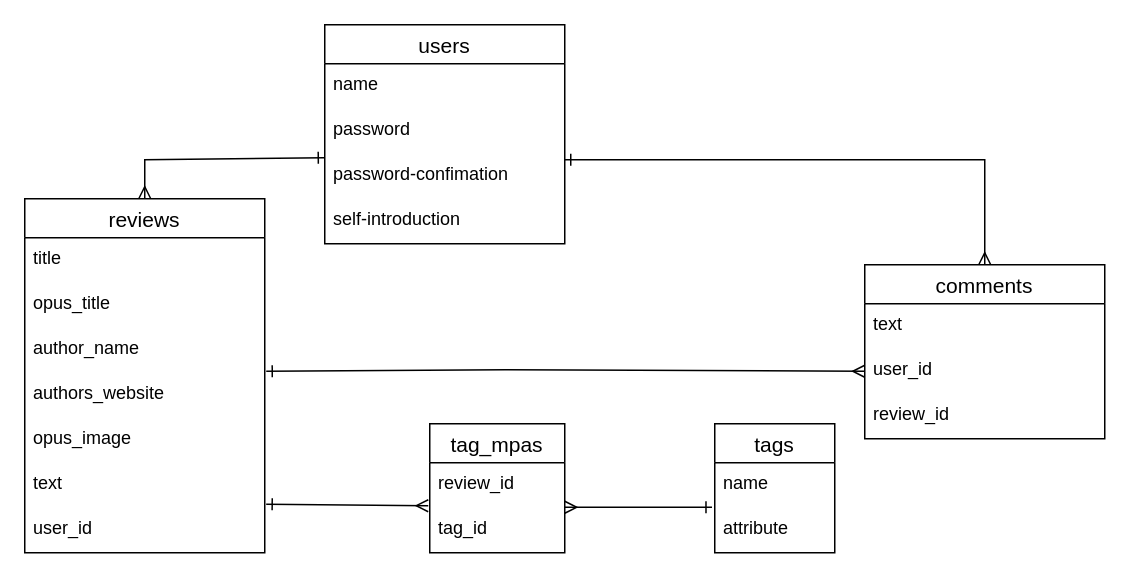
This is config/er.dio from KJawoCca/share-impressions, a draw.io file, before an edit. Source tidied: cells renumbered, new cells numbered last; positions are measured from the earlier drawing's top-left corner, leaving out a move shared by most shapes. Both pictures are drawn from the tidied source at 150%, with x=0, y=0 at pixel (24, 24).
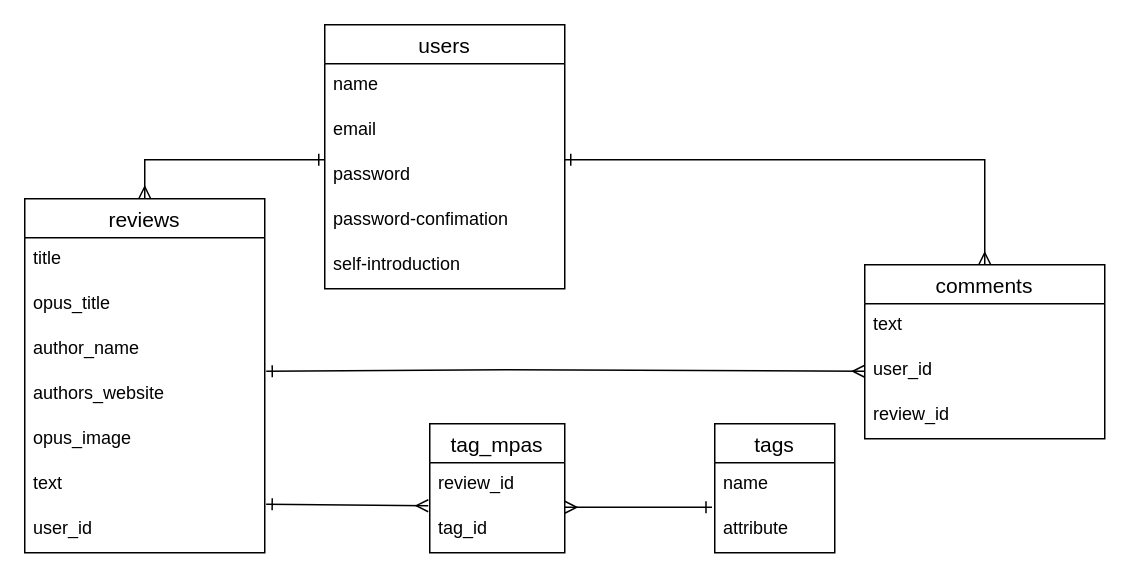
The same diagram, later.

Unchanged cells that the change refers to:
```xml
<mxCell id="10" value="reviews" style="swimlane;fontStyle=0;horizontal=1;startSize=26;align=center;fontSize=14;" parent="1" vertex="1">
  <mxGeometry y="116" width="160" height="236" as="geometry" />
</mxCell>
```

Change to the diagram source:
```diff
@@
-    <mxCell id="4" style="edgeStyle=none;rounded=0;jettySize=auto;html=1;exitX=-0.002;exitY=0.089;exitDx=0;exitDy=0;entryX=0.5;entryY=0;entryDx=0;entryDy=0;startArrow=ERone;startFill=0;endArrow=ERmany;endFill=0;exitPerimeter=0;" parent="1" edge="1" source="8" target="10">
+    <mxCell id="4" style="edgeStyle=none;rounded=0;jettySize=auto;html=1;exitX=0;exitY=0.133;exitDx=0;exitDy=0;entryX=0.5;entryY=0;entryDx=0;entryDy=0;startArrow=ERone;startFill=0;endArrow=ERmany;endFill=0;exitPerimeter=0;" parent="1" edge="1" source="7" target="10">
       <mxGeometry relative="1" as="geometry">
         <Array as="points">
           <mxPoint x="80" y="90" />
         </Array>
       </mxGeometry>
     </mxCell>
     <mxCell id="5" value="users" style="swimlane;fontStyle=0;horizontal=1;startSize=26;align=center;fontSize=14;" parent="1" vertex="1">
-      <mxGeometry x="200" width="160" height="146" as="geometry" />
+      <mxGeometry x="200" width="160" height="176" as="geometry" />
     </mxCell>
@@
+    <mxCell id="30" value="email" style="text;strokeColor=none;fillColor=none;spacingLeft=4;spacingRight=4;overflow=hidden;fontSize=12;" parent="5" vertex="1">
+      <mxGeometry y="56" width="160" height="30" as="geometry" />
+    </mxCell>
     <mxCell id="7" value="password" style="text;strokeColor=none;fillColor=none;spacingLeft=4;spacingRight=4;overflow=hidden;points=[[0,0.5],[1,0.5]];portConstraint=eastwest;fontSize=12;" parent="5" vertex="1">
-      <mxGeometry y="56" width="160" height="30" as="geometry" />
+      <mxGeometry y="86" width="160" height="30" as="geometry" />
     </mxCell>
     <mxCell id="8" value="password-confimation" style="text;strokeColor=none;fillColor=none;spacingLeft=4;spacingRight=4;overflow=hidden;points=[[0,0.5],[1,0.5]];portConstraint=eastwest;fontSize=12;" parent="5" vertex="1">
-      <mxGeometry y="86" width="160" height="30" as="geometry" />
+      <mxGeometry y="116" width="160" height="30" as="geometry" />
     </mxCell>
     <mxCell id="9" value="self-introduction" style="text;strokeColor=none;fillColor=none;spacingLeft=4;spacingRight=4;overflow=hidden;fontSize=12;" parent="5" vertex="1">
-      <mxGeometry y="116" width="160" height="30" as="geometry" />
+      <mxGeometry y="146" width="160" height="30" as="geometry" />
     </mxCell>
```
